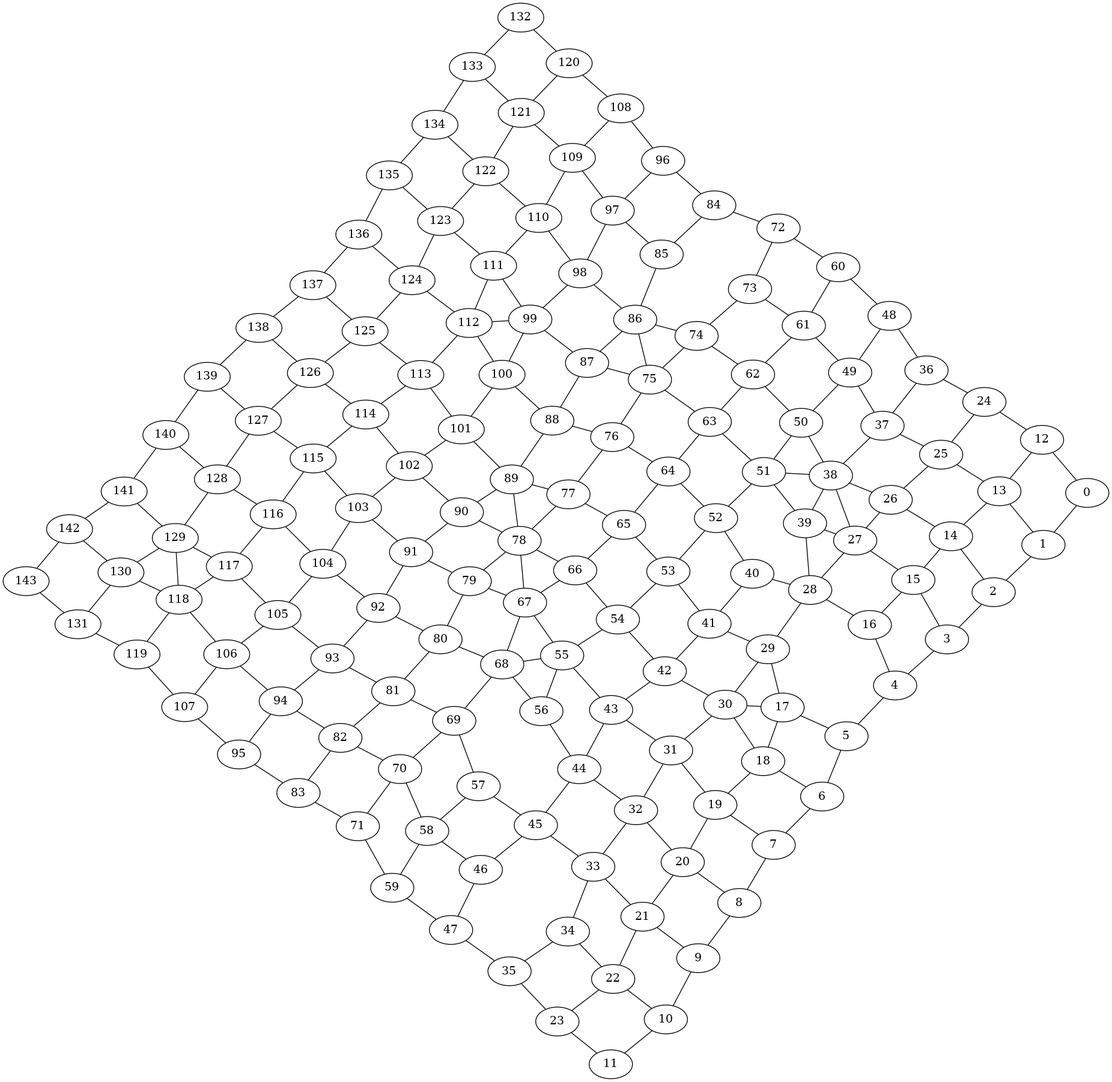
The Graphviz diagram fig/graph.png in lorenzorizzi17/urban_network, before a commit. Its source is kept beside it as fig/graph.dot.
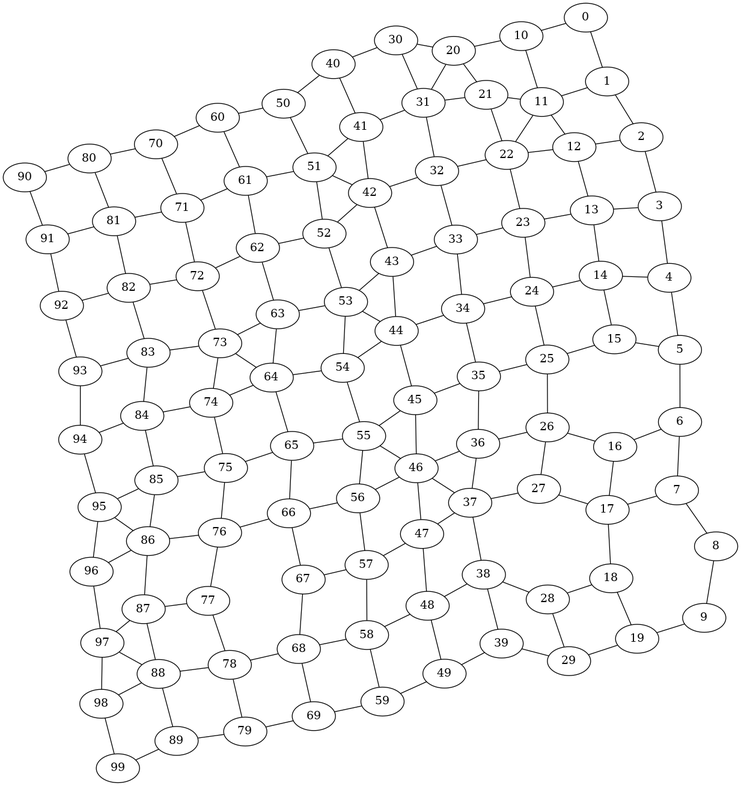
Later version of the same file.

The edit, as a diff of the source:
```diff
@@ -99,317 +99,189 @@
 97;
 98;
 99;
-100;
-101;
-102;
-103;
-104;
-105;
-106;
-107;
-108;
-109;
-110;
-111;
-112;
-113;
-114;
-115;
-116;
-117;
-118;
-119;
-120;
-121;
-122;
-123;
-124;
-125;
-126;
-127;
-128;
-129;
-130;
-131;
-132;
-133;
-134;
-135;
-136;
-137;
-138;
-139;
-140;
-141;
-142;
-143;
 0--1 ;
-0--12 ;
-1--13 ;
+0--10 ;
+1--11 ;
 1--2 ;
-2--14 ;
+2--12 ;
 2--3 ;
-3--15 ;
+3--13 ;
 3--4 ;
-4--16 ;
+4--14 ;
 4--5 ;
-5--17 ;
+5--15 ;
 5--6 ;
-6--18 ;
+6--16 ;
 6--7 ;
-7--19 ;
+7--17 ;
 7--8 ;
-8--20 ;
 8--9 ;
-9--21 ;
-9--10 ;
-10--22 ;
+9--19 ;
 10--11 ;
-11--23 ;
+10--20 ;
+11--21 ;
+11--12 ;
+12--22 ;
 12--13 ;
-12--24 ;
-13--25 ;
+13--23 ;
 13--14 ;
-14--26 ;
+14--24 ;
 14--15 ;
-15--27 ;
-15--16 ;
-16--28 ;
-17--29 ;
+15--25 ;
+16--26 ;
+16--17 ;
+17--27 ;
 17--18 ;
-18--30 ;
+18--28 ;
 18--19 ;
-19--31 ;
-19--20 ;
-20--32 ;
+19--29 ;
 20--21 ;
-21--33 ;
+20--30 ;
+21--31 ;
 21--22 ;
-22--34 ;
+22--32 ;
 22--23 ;
-23--35 ;
+23--33 ;
+23--24 ;
+24--34 ;
 24--25 ;
-24--36 ;
-25--37 ;
+25--35 ;
 25--26 ;
-26--38 ;
+26--36 ;
 26--27 ;
-27--39 ;
-27--28 ;
-28--40 ;
+27--37 ;
+28--38 ;
 28--29 ;
-29--41 ;
-29--30 ;
-30--42 ;
+29--39 ;
 30--31 ;
-31--43 ;
+30--40 ;
+31--41 ;
 31--32 ;
-32--44 ;
+32--42 ;
 32--33 ;
-33--45 ;
+33--43 ;
 33--34 ;
+34--44 ;
 34--35 ;
-35--47 ;
+35--45 ;
+35--36 ;
+36--46 ;
 36--37 ;
-36--48 ;
-37--49 ;
+37--47 ;
 37--38 ;
-38--50 ;
+38--48 ;
 38--39 ;
-39--51 ;
-40--52 ;
+39--49 ;
 40--41 ;
-41--53 ;
+40--50 ;
+41--51 ;
 41--42 ;
-42--54 ;
+42--52 ;
 42--43 ;
-43--55 ;
+43--53 ;
 43--44 ;
-44--56 ;
+44--54 ;
 44--45 ;
-45--57 ;
+45--55 ;
 45--46 ;
-46--58 ;
+46--56 ;
 46--47 ;
-47--59 ;
+47--57 ;
+47--48 ;
+48--58 ;
 48--49 ;
-48--60 ;
-49--61 ;
-49--50 ;
-50--62 ;
+49--59 ;
 50--51 ;
-51--63 ;
+50--60 ;
+51--61 ;
 51--52 ;
-52--64 ;
+52--62 ;
 52--53 ;
-53--65 ;
+53--63 ;
 53--54 ;
-54--66 ;
+54--64 ;
 54--55 ;
-55--67 ;
+55--65 ;
 55--56 ;
-56--68 ;
-57--69 ;
+56--66 ;
+56--57 ;
+57--67 ;
 57--58 ;
-58--70 ;
+58--68 ;
 58--59 ;
-59--71 ;
+59--69 ;
 60--61 ;
-60--72 ;
-61--73 ;
+60--70 ;
+61--71 ;
 61--62 ;
-62--74 ;
+62--72 ;
 62--63 ;
-63--75 ;
+63--73 ;
 63--64 ;
-64--76 ;
+64--74 ;
 64--65 ;
-65--77 ;
+65--75 ;
 65--66 ;
-66--78 ;
+66--76 ;
 66--67 ;
-67--79 ;
 67--68 ;
-68--80 ;
+68--78 ;
 68--69 ;
-69--81 ;
-69--70 ;
-70--82 ;
+69--79 ;
 70--71 ;
-71--83 ;
+70--80 ;
+71--81 ;
+71--72 ;
+72--82 ;
 72--73 ;
-72--84 ;
+73--83 ;
 73--74 ;
-74--86 ;
+74--84 ;
 74--75 ;
-75--87 ;
+75--85 ;
 75--76 ;
-76--88 ;
+76--86 ;
 76--77 ;
-77--89 ;
+77--87 ;
 77--78 ;
-78--90 ;
+78--88 ;
 78--79 ;
-79--91 ;
-79--80 ;
-80--92 ;
+79--89 ;
 80--81 ;
-81--93 ;
+80--90 ;
+81--91 ;
 81--82 ;
-82--94 ;
+82--92 ;
 82--83 ;
-83--95 ;
+83--93 ;
+83--84 ;
+84--94 ;
 84--85 ;
-84--96 ;
-85--97 ;
+85--95 ;
 85--86 ;
-86--98 ;
+86--96 ;
 86--87 ;
-87--99 ;
+87--97 ;
 87--88 ;
-88--100 ;
+88--98 ;
 88--89 ;
-89--101 ;
-89--90 ;
-90--102 ;
+89--99 ;
 90--91 ;
-91--103 ;
 91--92 ;
-92--104 ;
 92--93 ;
-93--105 ;
 93--94 ;
-94--106 ;
 94--95 ;
-95--107 ;
+95--96 ;
 96--97 ;
-96--108 ;
-97--109 ;
 97--98 ;
-98--110 ;
 98--99 ;
-99--111 ;
-99--100 ;
-100--112 ;
-100--101 ;
-101--113 ;
-101--102 ;
-102--114 ;
-102--103 ;
-103--115 ;
-103--104 ;
-104--116 ;
-104--105 ;
-105--117 ;
-105--106 ;
-106--118 ;
-106--107 ;
-107--119 ;
-108--109 ;
-108--120 ;
-109--121 ;
-109--110 ;
-110--122 ;
-110--111 ;
-111--123 ;
-111--112 ;
-112--124 ;
-112--113 ;
-113--125 ;
-113--114 ;
-114--126 ;
-114--115 ;
-115--127 ;
-115--116 ;
-116--128 ;
-116--117 ;
-117--129 ;
-117--118 ;
-118--130 ;
-118--119 ;
-119--131 ;
-120--121 ;
-120--132 ;
-121--133 ;
-121--122 ;
-122--134 ;
-122--123 ;
-123--135 ;
-123--124 ;
-124--136 ;
-124--125 ;
-125--137 ;
-125--126 ;
-126--138 ;
-126--127 ;
-127--139 ;
-127--128 ;
-128--140 ;
-128--129 ;
-129--141 ;
-129--130 ;
-130--142 ;
-130--131 ;
-131--143 ;
-132--133 ;
-133--134 ;
-134--135 ;
-135--136 ;
-136--137 ;
-137--138 ;
-138--139 ;
-139--140 ;
-140--141 ;
-141--142 ;
-142--143 ;
-129--118 ;
-27--38 ;
-38--51 ;
-55--68 ;
-30--17 ;
-78--89 ;
-112--99 ;
-75--86 ;
-39--28 ;
-78--67 ;
+73--64 ;
+51--42 ;
+46--55 ;
+44--53 ;
+88--97 ;
+31--20 ;
+22--11 ;
+46--37 ;
+86--95 ;
 }
```
